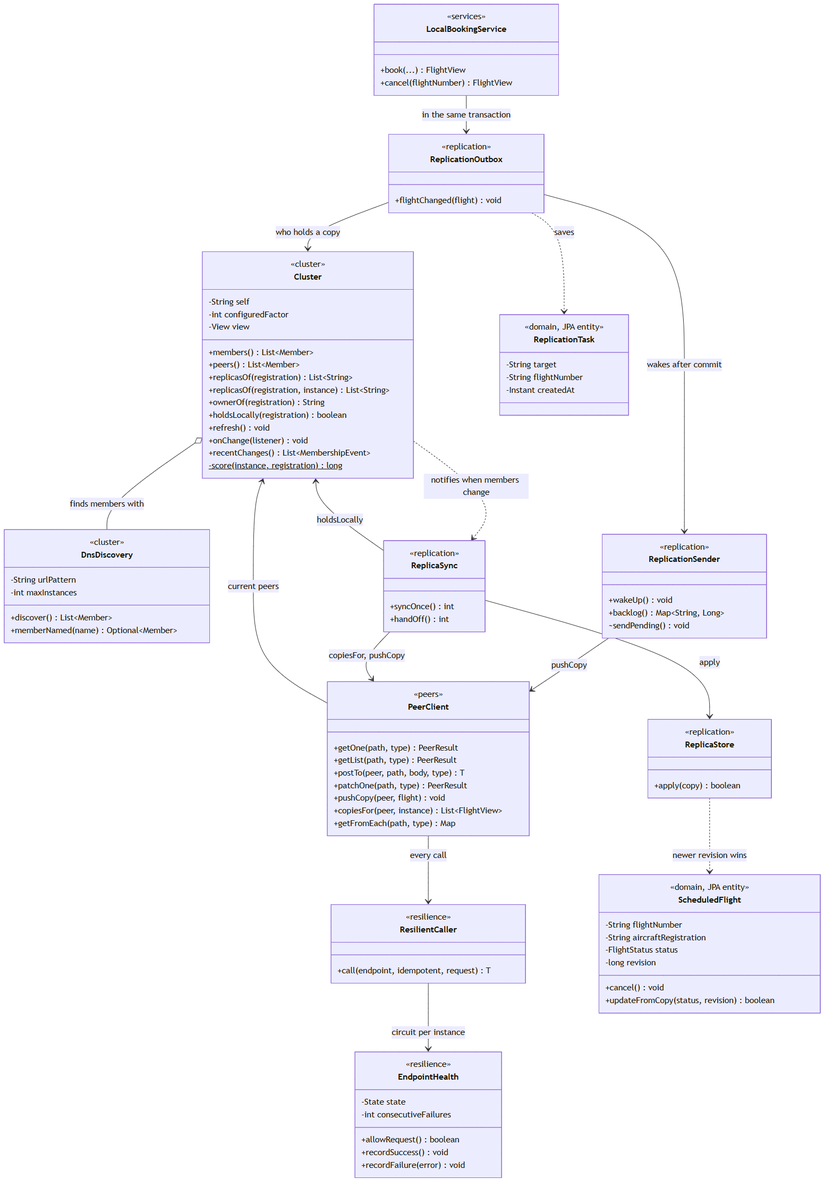
The Mermaid diagram docs/c4/4-code.png in ImJay1527/flight-operations-service, before a commit. Its source is kept beside it as docs/c4/4-code.mmd.
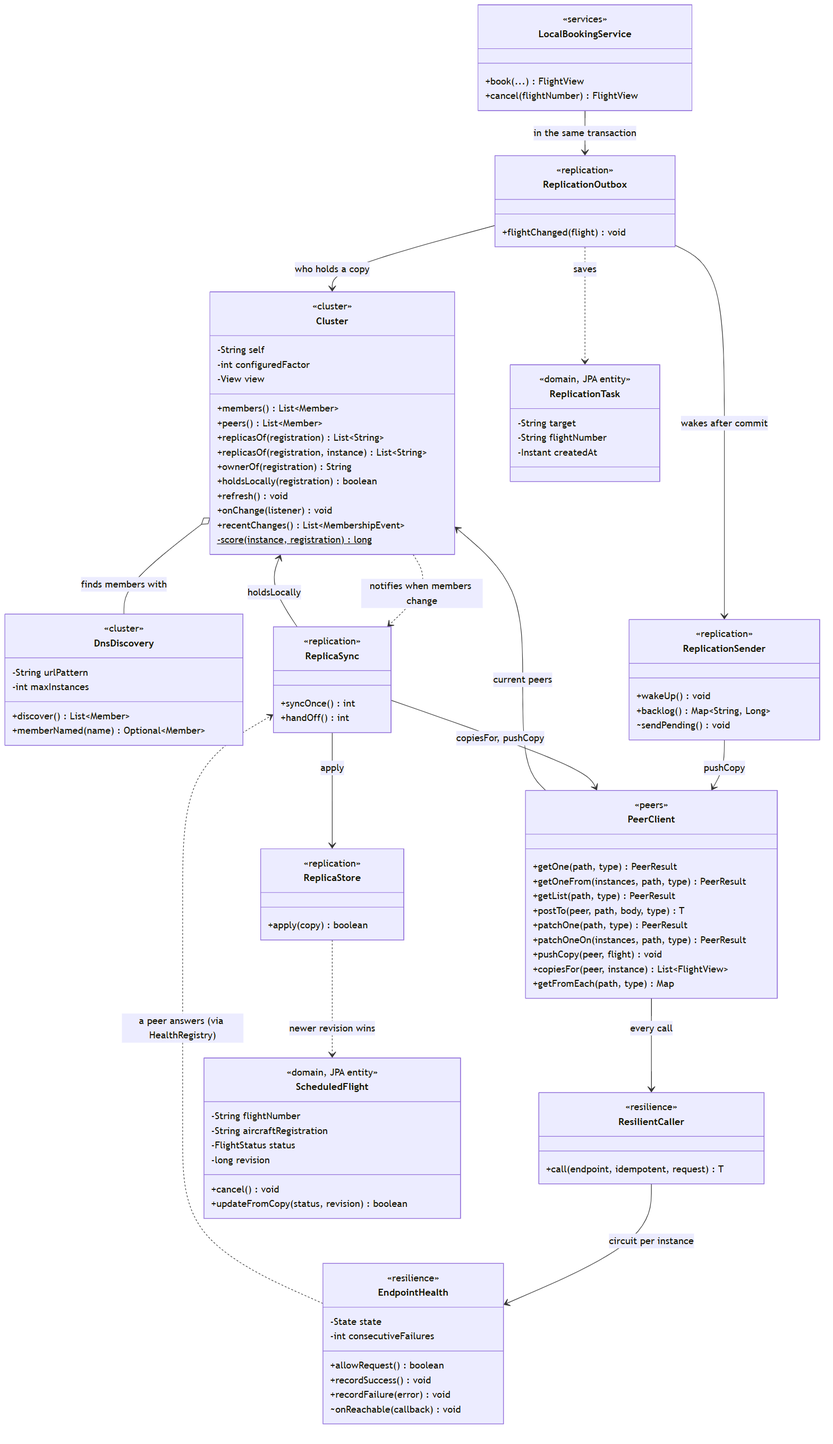
After the change.

Diff of the diagram source:
```diff
@@ -27,9 +27,11 @@
     class PeerClient {
         <<peers>>
         +getOne(path, type) PeerResult
+        +getOneFrom(instances, path, type) PeerResult
         +getList(path, type) PeerResult
         +postTo(peer, path, body, type) T
         +patchOne(path, type) PeerResult
+        +patchOneOn(instances, path, type) PeerResult
         +pushCopy(peer, flight) void
         +copiesFor(peer, instance) List~FlightView~
         +getFromEach(path, type) Map
@@ -45,6 +47,7 @@
         +allowRequest() boolean
         +recordSuccess() void
         +recordFailure(error) void
+        ~onReachable(callback) void
     }
     class LocalBookingService {
         <<services>>
@@ -100,3 +103,4 @@
     ReplicaSync --> ReplicaStore : apply
     ReplicaSync --> Cluster : holdsLocally
     ReplicaStore ..> ScheduledFlight : newer revision wins
+    EndpointHealth ..> ReplicaSync : a peer answers (via HealthRegistry)
```
